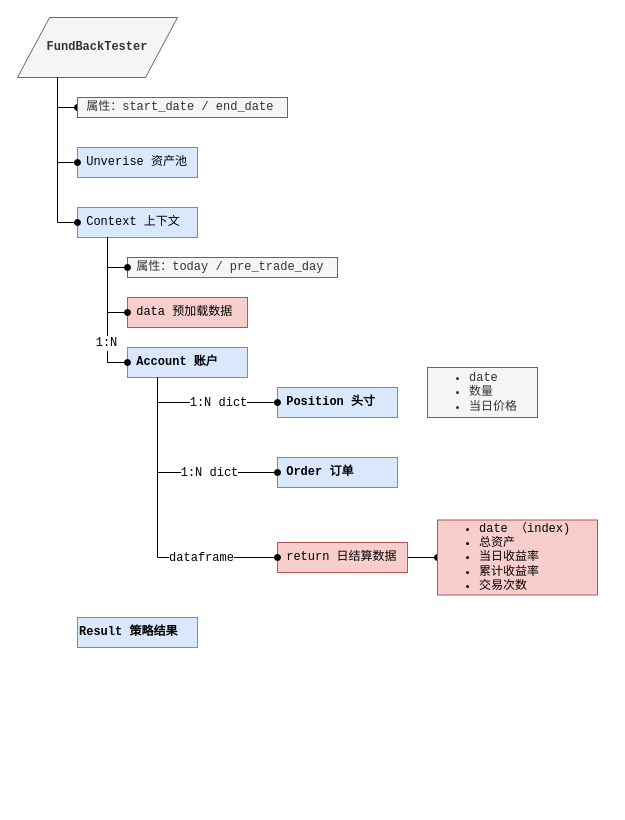
Earlier version of the draw.io diagram page "主要对象图" (2 of 2) of doc/基金回测框架/V_0_2 版本文档/流程图.drawio (shwdbd/equan). Source tidied: cells renumbered, new cells numbered last; positions are measured from the earlier drawing's top-left corner, leaving out a move shared by most shapes. Both pictures are drawn from the tidied source at 100%, with x=0, y=0 at pixel (17, 17).
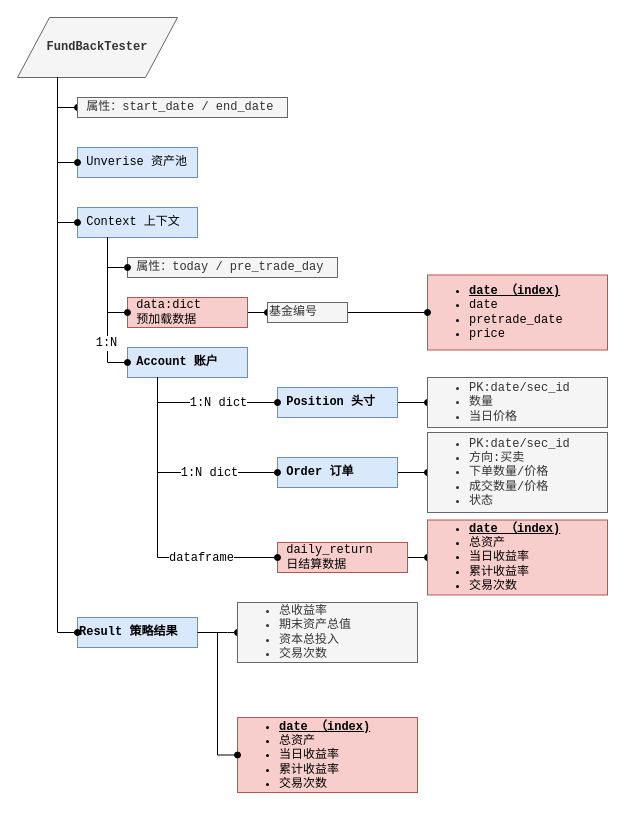
Above is the later version.

The change refers to these unchanged cells:
```xml
<mxCell id="10" value="&amp;nbsp;Position 头寸" style="rounded=0;whiteSpace=wrap;html=1;fontFamily=Courier New;align=left;fillColor=#dae8fc;strokeColor=#6c8ebf;fontStyle=1;" parent="1" vertex="1">
  <mxGeometry x="260" y="370" width="120" height="30" as="geometry" />
</mxCell>
<mxCell id="11" value="Result 策略结果" style="rounded=0;whiteSpace=wrap;html=1;fontFamily=Courier New;align=left;fillColor=#dae8fc;strokeColor=#6c8ebf;fontStyle=1;" parent="1" vertex="1">
  <mxGeometry x="60" y="600" width="120" height="30" as="geometry" />
</mxCell>
<mxCell id="12" value="&amp;nbsp;Order 订单" style="rounded=0;whiteSpace=wrap;html=1;fontFamily=Courier New;align=left;fillColor=#dae8fc;strokeColor=#6c8ebf;fontStyle=1;" parent="1" vertex="1">
  <mxGeometry x="260" y="440" width="120" height="30" as="geometry" />
</mxCell>
```

The edit, as a diff of the source:
```diff
@@
+    <mxCell id="29" style="edgeStyle=orthogonalEdgeStyle;rounded=0;jettySize=auto;html=1;endArrow=oval;endFill=1;" parent="1" edge="1" source="7" target="37">
+      <mxGeometry relative="1" as="geometry" />
+    </mxCell>
-    <mxCell id="7" value="&amp;nbsp;data 预加载数据" style="rounded=0;whiteSpace=wrap;html=1;fontFamily=Courier New;align=left;fillColor=#f8cecc;strokeColor=#b85450;" parent="1" vertex="1">
+    <mxCell id="7" value="&amp;nbsp;data:dict&lt;br&gt;&amp;nbsp;预加载数据" style="rounded=0;whiteSpace=wrap;html=1;fontFamily=Courier New;align=left;fillColor=#f8cecc;strokeColor=#b85450;" parent="1" vertex="1">
       <mxGeometry x="110" y="280" width="120" height="30" as="geometry" />
     </mxCell>
@@
+    <mxCell id="30" style="edgeStyle=orthogonalEdgeStyle;rounded=0;jettySize=auto;html=1;endArrow=oval;endFill=1;" parent="1" edge="1" source="10" target="27">
+      <mxGeometry relative="1" as="geometry" />
+    </mxCell>
@@
+    <mxCell id="31" style="edgeStyle=orthogonalEdgeStyle;rounded=0;jettySize=auto;html=1;endArrow=oval;endFill=1;entryX=0;entryY=0.5;entryDx=0;entryDy=0;exitX=1;exitY=0.5;exitDx=0;exitDy=0;" parent="1" edge="1" source="11" target="39">
+      <mxGeometry relative="1" as="geometry">
+        <Array as="points">
+          <mxPoint x="210" y="615" />
+          <mxPoint x="210" y="615" />
+        </Array>
+      </mxGeometry>
+    </mxCell>
@@
+    <mxCell id="32" style="edgeStyle=orthogonalEdgeStyle;rounded=0;jettySize=auto;html=1;endArrow=oval;endFill=1;" parent="1" edge="1" source="12" target="33">
+      <mxGeometry relative="1" as="geometry" />
+    </mxCell>
@@
-    <mxCell id="14" value="&amp;nbsp;return 日结算数据" style="rounded=0;whiteSpace=wrap;html=1;fontFamily=Courier New;align=left;fillColor=#f8cecc;strokeColor=#b85450;" parent="1" vertex="1">
+    <mxCell id="14" value="&amp;nbsp;daily_return &lt;br&gt;&amp;nbsp;日结算数据" style="rounded=0;whiteSpace=wrap;html=1;fontFamily=Courier New;align=left;fillColor=#f8cecc;strokeColor=#b85450;" parent="1" vertex="1">
       <mxGeometry x="260" y="525" width="130" height="30" as="geometry" />
     </mxCell>
@@
-    <mxCell id="27" value="&lt;ul&gt;&lt;li&gt;date&lt;/li&gt;&lt;li&gt;数量&lt;/li&gt;&lt;li&gt;当日价格&lt;/li&gt;&lt;/ul&gt;" style="text;html=1;strokeColor=#666666;fillColor=#f5f5f5;align=left;verticalAlign=middle;whiteSpace=wrap;rounded=0;fontFamily=Courier New;fontColor=#333333;" parent="1" vertex="1">
-      <mxGeometry x="410" y="350" width="110" height="50" as="geometry" />
+    <mxCell id="27" value="&lt;ul&gt;&lt;li&gt;PK:date/sec_id&lt;/li&gt;&lt;li&gt;数量&lt;/li&gt;&lt;li&gt;当日价格&lt;/li&gt;&lt;/ul&gt;" style="text;html=1;strokeColor=#666666;fillColor=#f5f5f5;align=left;verticalAlign=middle;whiteSpace=wrap;rounded=0;fontFamily=Courier New;fontColor=#333333;" parent="1" vertex="1">
+      <mxGeometry x="410" y="360" width="180" height="50" as="geometry" />
     </mxCell>
-    <mxCell id="28" value="&lt;ul&gt;&lt;li&gt;date （index)&lt;/li&gt;&lt;li&gt;总资产&lt;/li&gt;&lt;li&gt;当日收益率&lt;/li&gt;&lt;li&gt;累计收益率&lt;/li&gt;&lt;li&gt;交易次数&lt;/li&gt;&lt;/ul&gt;" style="text;html=1;strokeColor=#b85450;fillColor=#f8cecc;align=left;verticalAlign=middle;whiteSpace=wrap;rounded=0;fontFamily=Courier New;" parent="1" vertex="1">
-      <mxGeometry x="420" y="502.5" width="160" height="75" as="geometry" />
+    <mxCell id="28" value="&lt;ul&gt;&lt;li&gt;&lt;b&gt;&lt;u&gt;date （index)&lt;/u&gt;&lt;/b&gt;&lt;/li&gt;&lt;li&gt;总资产&lt;/li&gt;&lt;li&gt;当日收益率&lt;/li&gt;&lt;li&gt;累计收益率&lt;/li&gt;&lt;li&gt;交易次数&lt;/li&gt;&lt;/ul&gt;" style="text;html=1;strokeColor=#b85450;fillColor=#f8cecc;align=left;verticalAlign=middle;whiteSpace=wrap;rounded=0;fontFamily=Courier New;" parent="1" vertex="1">
+      <mxGeometry x="410" y="502.5" width="180" height="75" as="geometry" />
     </mxCell>
+    <mxCell id="33" value="&lt;ul&gt;&lt;li&gt;PK:date/sec_id&lt;/li&gt;&lt;li&gt;方向:买卖&lt;/li&gt;&lt;li&gt;下单数量/价格&lt;/li&gt;&lt;li&gt;成交数量/价格&lt;/li&gt;&lt;li&gt;状态&lt;/li&gt;&lt;/ul&gt;" style="text;html=1;strokeColor=#666666;fillColor=#f5f5f5;align=left;verticalAlign=middle;whiteSpace=wrap;rounded=0;fontFamily=Courier New;fontColor=#333333;" parent="1" vertex="1">
+      <mxGeometry x="410" y="415" width="180" height="80" as="geometry" />
+    </mxCell>
+    <mxCell id="34" style="edgeStyle=none;rounded=0;jettySize=auto;html=1;fontFamily=Courier New;endArrow=oval;endFill=1;entryX=0;entryY=0.5;entryDx=0;entryDy=0;" parent="1" edge="1" target="11">
+      <mxGeometry relative="1" as="geometry">
+        <mxPoint x="40" y="60" as="sourcePoint" />
+        <Array as="points">
+          <mxPoint x="40" y="615" />
+        </Array>
+      </mxGeometry>
+    </mxCell>
+    <mxCell id="35" value="&lt;ul&gt;&lt;li&gt;&lt;b&gt;&lt;u&gt;date （index)&lt;/u&gt;&lt;/b&gt;&lt;/li&gt;&lt;li&gt;date&lt;/li&gt;&lt;li&gt;pretrade_date&lt;br&gt;&lt;/li&gt;&lt;li&gt;price&lt;br&gt;&lt;/li&gt;&lt;/ul&gt;" style="text;html=1;strokeColor=#b85450;fillColor=#f8cecc;align=left;verticalAlign=middle;whiteSpace=wrap;rounded=0;fontFamily=Courier New;" parent="1" vertex="1">
+      <mxGeometry x="410" y="257.5" width="180" height="75" as="geometry" />
+    </mxCell>
+    <mxCell id="36" style="edgeStyle=orthogonalEdgeStyle;rounded=0;jettySize=auto;html=1;endArrow=oval;endFill=1;" parent="1" edge="1" source="37" target="35">
+      <mxGeometry relative="1" as="geometry" />
+    </mxCell>
+    <mxCell id="37" value="基金编号" style="text;html=1;strokeColor=#666666;fillColor=#f5f5f5;align=left;verticalAlign=middle;whiteSpace=wrap;rounded=0;fontFamily=Courier New;fontColor=#333333;" parent="1" vertex="1">
+      <mxGeometry x="250" y="285" width="80" height="20" as="geometry" />
+    </mxCell>
+    <mxCell id="38" value="&lt;ul&gt;&lt;li&gt;&lt;b&gt;&lt;u&gt;date （index)&lt;/u&gt;&lt;/b&gt;&lt;/li&gt;&lt;li&gt;总资产&lt;/li&gt;&lt;li&gt;当日收益率&lt;/li&gt;&lt;li&gt;累计收益率&lt;/li&gt;&lt;li&gt;交易次数&lt;/li&gt;&lt;/ul&gt;" style="text;html=1;strokeColor=#b85450;fillColor=#f8cecc;align=left;verticalAlign=middle;whiteSpace=wrap;rounded=0;fontFamily=Courier New;" parent="1" vertex="1">
+      <mxGeometry x="220" y="700" width="180" height="75" as="geometry" />
+    </mxCell>
+    <mxCell id="39" value="&lt;ul&gt;&lt;li&gt;总收益率&lt;/li&gt;&lt;li&gt;期末资产总值&lt;/li&gt;&lt;li&gt;资本总投入&lt;/li&gt;&lt;li&gt;交易次数&lt;/li&gt;&lt;/ul&gt;" style="text;html=1;strokeColor=#666666;fillColor=#f5f5f5;align=left;verticalAlign=middle;whiteSpace=wrap;rounded=0;fontFamily=Courier New;fontColor=#333333;" parent="1" vertex="1">
+      <mxGeometry x="220" y="585" width="180" height="60" as="geometry" />
+    </mxCell>
+    <mxCell id="40" style="edgeStyle=orthogonalEdgeStyle;rounded=0;jettySize=auto;html=1;endArrow=oval;endFill=1;entryX=0;entryY=0.5;entryDx=0;entryDy=0;exitX=1;exitY=0.5;exitDx=0;exitDy=0;" parent="1" edge="1" source="11" target="38">
+      <mxGeometry relative="1" as="geometry">
+        <Array as="points">
+          <mxPoint x="200" y="615" />
+          <mxPoint x="200" y="738" />
+        </Array>
+      </mxGeometry>
+    </mxCell>
```
